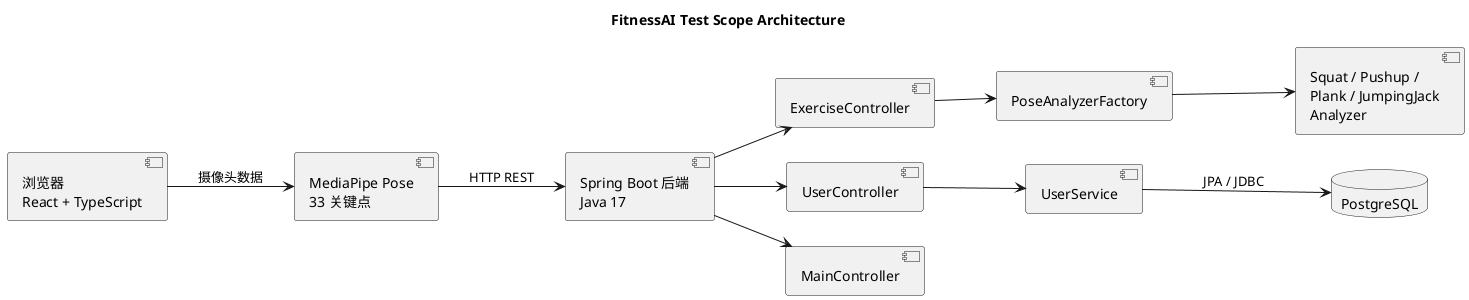
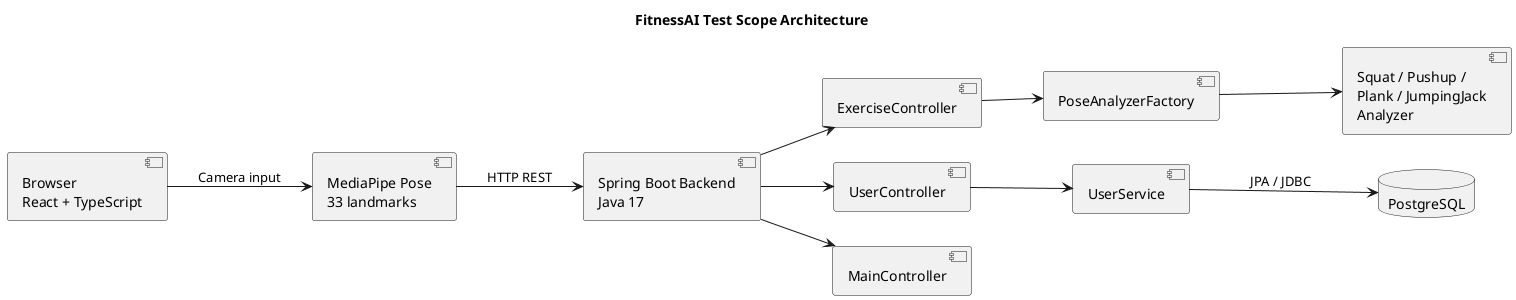
@startuml
title FitnessAI Test Scope Architecture

skinparam backgroundColor transparent
skinparam shadowing false
left to right direction

- component "浏览器\nReact + TypeScript" as Browser
- component "MediaPipe Pose\n33 关键点" as MP
- component "Spring Boot 后端\nJava 17" as Backend
+ component "Browser\nReact + TypeScript" as Browser
+ component "MediaPipe Pose\n33 landmarks" as MP
+ component "Spring Boot Backend\nJava 17" as Backend
component "ExerciseController" as EC
component "UserController" as UC
component "MainController" as MC
component "PoseAnalyzerFactory" as PAF
component "Squat / Pushup /\nPlank / JumpingJack\nAnalyzer" as Analyzer
component "UserService" as US
database "PostgreSQL" as DB

- Browser --> MP : 摄像头数据
+ Browser --> MP : Camera input
MP --> Backend : HTTP REST
Backend --> EC
Backend --> UC
Backend --> MC
EC --> PAF
PAF --> Analyzer
UC --> US
US --> DB : JPA / JDBC

@enduml
